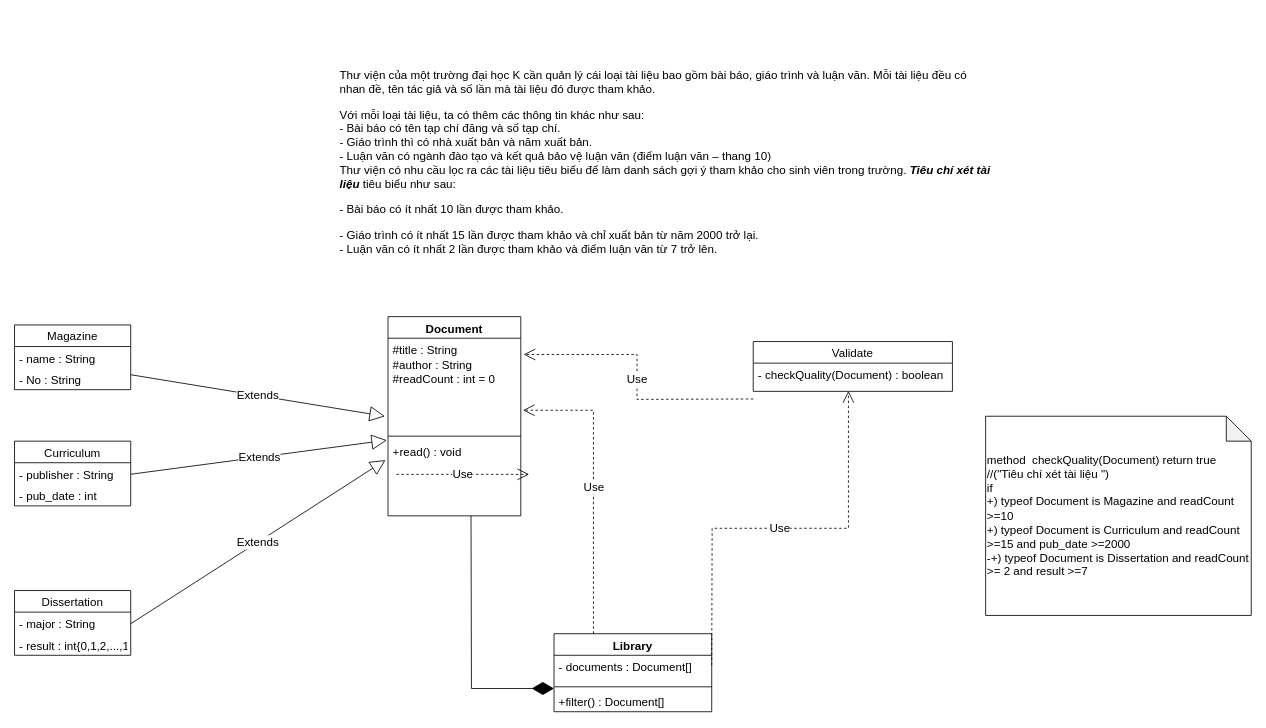
Earlier version of the draw.io diagram ClassDiagram2.drawio (Archon02/Helooword). Source tidied: cells renumbered, new cells numbered last; positions are measured from the earlier drawing's top-left corner, leaving out a move shared by most shapes. Both pictures are drawn from the tidied source at 83%, with x=0, y=0 at pixel (14, 59).
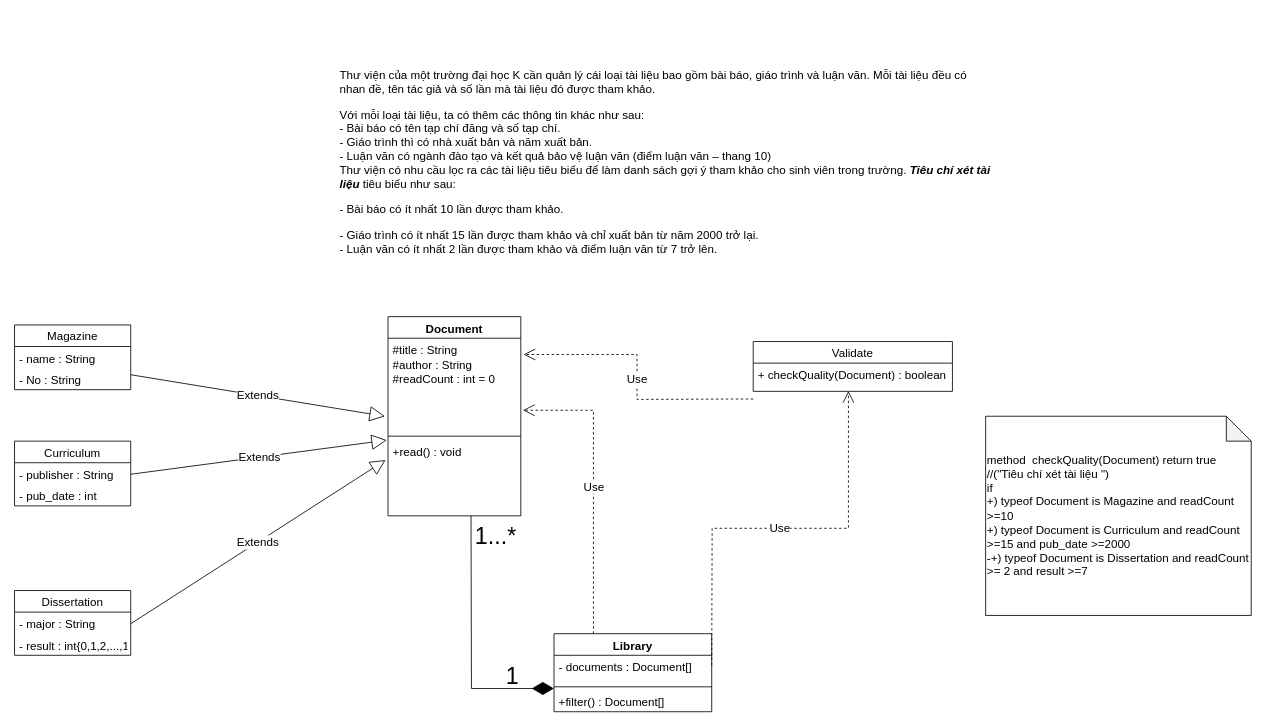
The same diagram, later.

Unchanged cells that the change refers to:
```xml
<mxCell id="26" value="Validate" style="swimlane;fontStyle=0;horizontal=1;startSize=26;fillColor=none;fontSize=14;" parent="1" vertex="1">
  <mxGeometry x="890" y="340" width="240" height="60" as="geometry" />
</mxCell>
```

Change to the diagram source:
```diff
@@
-    <mxCell id="24" value="Use" style="endArrow=open;endSize=12;dashed=1;html=1;rounded=0;fontSize=14;" parent="1" edge="1">
-      <mxGeometry relative="1" as="geometry">
-        <mxPoint x="460" y="500" as="sourcePoint" />
-        <mxPoint x="620" y="500" as="targetPoint" />
-      </mxGeometry>
-    </mxCell>
@@
-    <mxCell id="27" value="- checkQuality(Document) : boolean" style="text;strokeColor=none;fillColor=none;align=left;verticalAlign=top;spacingLeft=4;spacingRight=4;overflow=hidden;points=[[0,0.5],[1,0.5]];portConstraint=eastwest;fontSize=14;" parent="26" vertex="1">
+    <mxCell id="27" value="+ checkQuality(Document) : boolean" style="text;strokeColor=none;fillColor=none;align=left;verticalAlign=top;spacingLeft=4;spacingRight=4;overflow=hidden;points=[[0,0.5],[1,0.5]];portConstraint=eastwest;fontSize=14;" parent="26" vertex="1">
       <mxGeometry y="26" width="240" height="34" as="geometry" />
     </mxCell>
@@
+    <mxCell id="31" value="&lt;font style=&quot;font-size: 28px;&quot;&gt;1...*&lt;/font&gt;" style="text;html=1;strokeColor=none;fillColor=none;align=center;verticalAlign=middle;whiteSpace=wrap;rounded=0;fontSize=12;" parent="1" vertex="1">
+      <mxGeometry x="530" y="550" width="100" height="50" as="geometry" />
+    </mxCell>
+    <mxCell id="32" value="&lt;font style=&quot;font-size: 28px;&quot;&gt;1&lt;/font&gt;" style="text;html=1;strokeColor=none;fillColor=none;align=center;verticalAlign=middle;whiteSpace=wrap;rounded=0;fontSize=12;" parent="1" vertex="1">
+      <mxGeometry x="550" y="718" width="100" height="50" as="geometry" />
+    </mxCell>
```
